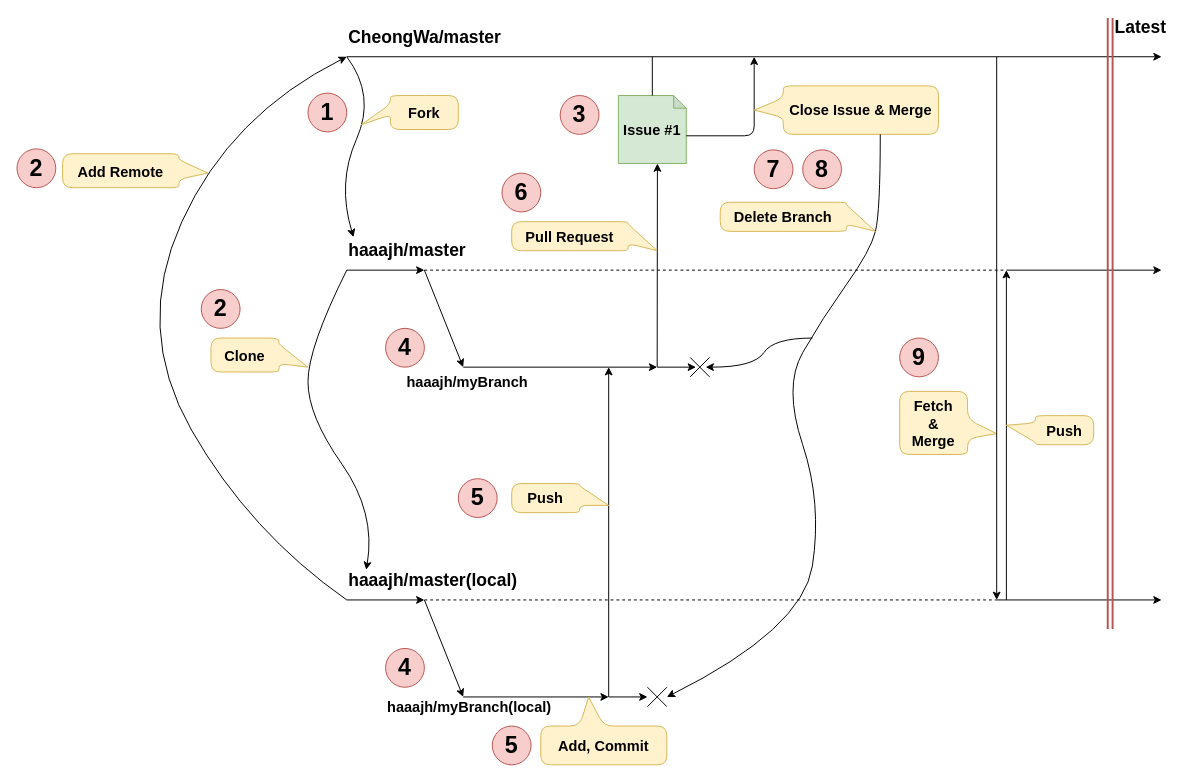
The draw.io diagram Untitled Diagram.drawio in Cheongwa/We-Love-The-Earth, before the edit. Source tidied: cells renumbered, new cells numbered last; positions are measured from the earlier drawing's top-left corner, leaving out a move shared by most shapes. Both pictures are drawn from the tidied source at 97%, with x=0, y=0 at pixel (16, 17).
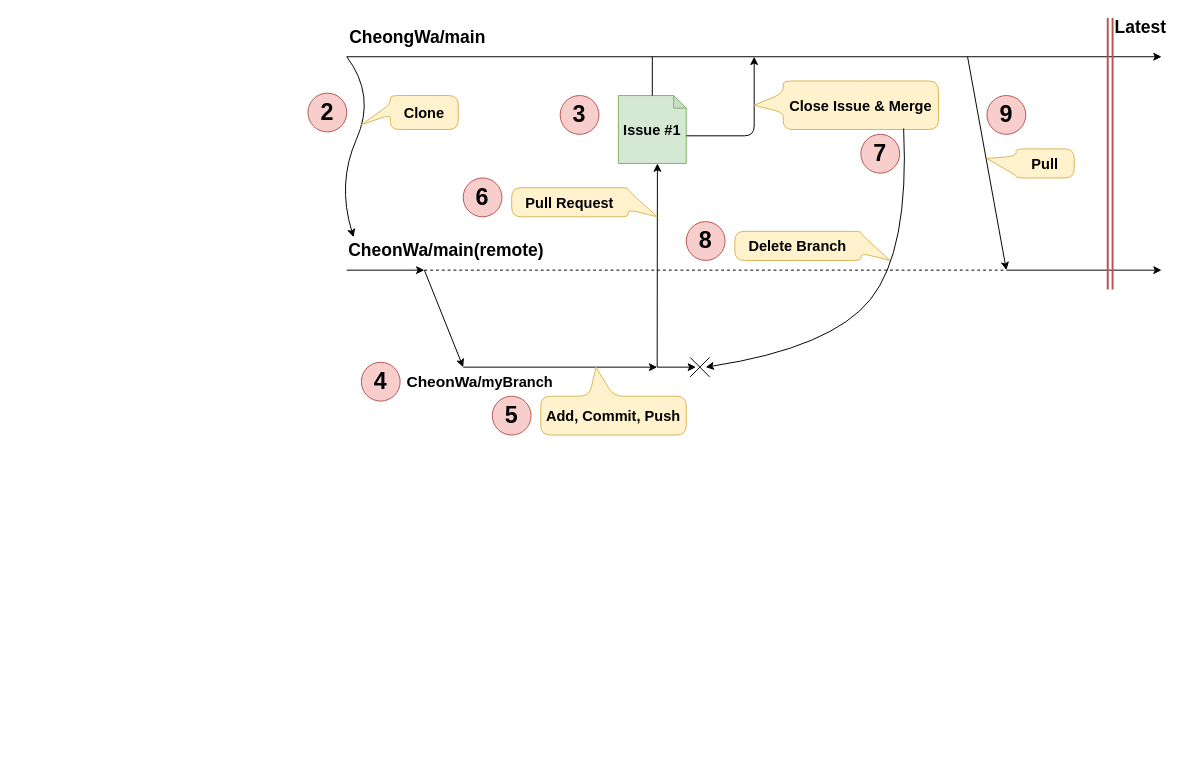
The same diagram, later.

The edit, as a diff of the source:
```diff
@@
-    <mxCell id="3" value="CheongWa/master" style="text;html=1;strokeColor=none;fillColor=none;align=left;verticalAlign=middle;whiteSpace=wrap;rounded=0;fontStyle=1;fontSize=18;" parent="1" vertex="1">
-      <mxGeometry x="340" y="10" width="250" height="20" as="geometry" />
+    <mxCell id="3" value="CheongWa/main" style="text;html=1;strokeColor=none;fillColor=none;align=left;verticalAlign=middle;whiteSpace=wrap;rounded=0;fontStyle=1;fontSize=18;" parent="1" vertex="1">
+      <mxGeometry x="341" y="10" width="250" height="20" as="geometry" />
     </mxCell>
@@
-    <mxCell id="5" value="haaajh/master" style="text;html=1;strokeColor=none;fillColor=none;align=left;verticalAlign=middle;whiteSpace=wrap;rounded=0;fontStyle=1;fontSize=18;" parent="1" vertex="1">
+    <mxCell id="5" value="CheonWa/main(remote)" style="text;html=1;strokeColor=none;fillColor=none;align=left;verticalAlign=middle;whiteSpace=wrap;rounded=0;fontStyle=1;fontSize=18;" parent="1" vertex="1">
       <mxGeometry x="340" y="230" width="130" height="20" as="geometry" />
     </mxCell>
@@
-    <mxCell id="7" value="haaajh/myBranch" style="text;html=1;strokeColor=none;fillColor=none;align=left;verticalAlign=middle;whiteSpace=wrap;rounded=0;fontStyle=1;fontSize=15;" parent="1" vertex="1">
+    <mxCell id="7" value="&lt;font style=&quot;font-size: 16px&quot;&gt;CheonWa&lt;/font&gt;/myBranch" style="text;html=1;strokeColor=none;fillColor=none;align=left;verticalAlign=middle;whiteSpace=wrap;rounded=0;fontStyle=1;fontSize=15;" parent="1" vertex="1">
       <mxGeometry x="400" y="365" width="130" height="20" as="geometry" />
     </mxCell>
@@
-    <mxCell id="12" value="haaajh/master(local)" style="text;html=1;strokeColor=none;fillColor=none;align=left;verticalAlign=middle;whiteSpace=wrap;rounded=0;fontStyle=1;fontSize=18;" parent="1" vertex="1">
-      <mxGeometry x="340" y="570" width="130" height="20" as="geometry" />
-    </mxCell>
-    <mxCell id="13" style="endArrow=classic;html=1;" parent="1" edge="1">
-      <mxGeometry relative="1" as="geometry">
-        <mxPoint x="340" y="600" as="sourcePoint" />
-        <mxPoint x="420" y="600" as="targetPoint" />
-      </mxGeometry>
-    </mxCell>
-    <mxCell id="14" style="endArrow=classic;html=1;" parent="1" edge="1">
-      <mxGeometry relative="1" as="geometry">
-        <mxPoint x="420" y="600" as="sourcePoint" />
-        <mxPoint x="460" y="700" as="targetPoint" />
-      </mxGeometry>
-    </mxCell>
-    <mxCell id="15" value="haaajh/myBranch(local)" style="text;html=1;strokeColor=none;fillColor=none;align=left;verticalAlign=middle;whiteSpace=wrap;rounded=0;fontStyle=1;fontSize=15;" parent="1" vertex="1">
-      <mxGeometry x="380" y="700" width="130" height="20" as="geometry" />
-    </mxCell>
-    <mxCell id="16" style="endArrow=classic;html=1;" parent="1" edge="1">
-      <mxGeometry relative="1" as="geometry">
-        <mxPoint x="460" y="700" as="sourcePoint" />
-        <mxPoint x="610" y="700" as="targetPoint" />
-      </mxGeometry>
-    </mxCell>
-    <mxCell id="17" value="Add, Commit" style="shape=callout;whiteSpace=wrap;html=1;perimeter=calloutPerimeter;fontSize=15;align=center;position2=0.62;size=30;position=0.5;rotation=0;direction=west;rounded=1;fontStyle=1;base=25;strokeWidth=1;perimeterSpacing=0;fillColor=#fff2cc;strokeColor=#d6b656;" parent="1" vertex="1">
-      <mxGeometry x="540" y="700" width="130" height="70" as="geometry" />
+    <mxCell id="17" value="Add, Commit, Push" style="shape=callout;whiteSpace=wrap;html=1;perimeter=calloutPerimeter;fontSize=15;align=center;position2=0.62;size=30;position=0.5;rotation=0;direction=west;rounded=1;fontStyle=1;base=25;strokeWidth=1;perimeterSpacing=0;fillColor=#fff2cc;strokeColor=#d6b656;" parent="1" vertex="1">
+      <mxGeometry x="540" y="360" width="150" height="70" as="geometry" />
     </mxCell>
-    <mxCell id="18" style="endArrow=classic;html=1;" parent="1" edge="1">
-      <mxGeometry relative="1" as="geometry">
-        <mxPoint x="610" y="700" as="sourcePoint" />
-        <mxPoint x="610" y="360" as="targetPoint" />
-      </mxGeometry>
-    </mxCell>
@@
-    <mxCell id="20" value="Fetch&lt;br&gt;&amp;amp;&lt;br&gt;Merge" style="shape=callout;whiteSpace=wrap;html=1;perimeter=calloutPerimeter;fontSize=15;align=center;position2=0.33;size=30;position=0.25;rotation=0;direction=north;base=20;fontStyle=1;rounded=1;fillColor=#fff2cc;strokeColor=#d6b656;" parent="1" vertex="1">
-      <mxGeometry x="910" y="385" width="100" height="65" as="geometry" />
-    </mxCell>
-    <mxCell id="21" style="endArrow=none;html=1;endFill=0;dashed=1;" parent="1" edge="1">
-      <mxGeometry relative="1" as="geometry">
-        <mxPoint x="420" y="600" as="sourcePoint" />
-        <mxPoint x="1010" y="600" as="targetPoint" />
-      </mxGeometry>
-    </mxCell>
@@
-    <mxCell id="23" style="endArrow=classic;html=1;" parent="1" edge="1">
-      <mxGeometry relative="1" as="geometry">
-        <mxPoint x="1010" y="600" as="sourcePoint" />
-        <mxPoint x="1180" y="600" as="targetPoint" />
-      </mxGeometry>
-    </mxCell>
@@
     <mxCell id="25" value="Close Issue &amp;amp; Merge" style="shape=callout;whiteSpace=wrap;html=1;perimeter=calloutPerimeter;fontSize=15;align=center;position2=0.5;size=30;position=0.25;rotation=0;direction=south;base=20;fontStyle=1;rounded=1;fillColor=#fff2cc;strokeColor=#d6b656;" parent="1" vertex="1">
-      <mxGeometry x="760" y="70" width="190" height="50" as="geometry" />
+      <mxGeometry x="760" y="65" width="190" height="50" as="geometry" />
     </mxCell>
@@
-    <mxCell id="27" style="curved=1;endArrow=classic;html=1;entryX=0.154;entryY=-0.05;entryDx=0;entryDy=0;entryPerimeter=0;" parent="1" edge="1" target="12">
-      <mxGeometry relative="1" as="geometry">
-        <mxPoint x="340" y="260" as="sourcePoint" />
-        <Array as="points">
-          <mxPoint x="300" y="340" />
-          <mxPoint x="300" y="410" />
-          <mxPoint x="370" y="510" />
-        </Array>
-      </mxGeometry>
-    </mxCell>
-    <mxCell id="28" style="curved=1;endArrow=classic;html=1;" parent="1" edge="1">
-      <mxGeometry relative="1" as="geometry">
-        <mxPoint x="340" y="600" as="sourcePoint" />
-        <mxPoint x="340" y="40" as="targetPoint" />
-        <Array as="points">
-          <mxPoint x="240" y="530" />
-          <mxPoint x="120" y="320" />
-          <mxPoint x="220" y="100" />
-        </Array>
-      </mxGeometry>
-    </mxCell>
@@
-    <mxCell id="32" style="endArrow=classic;html=1;fontSize=18;fontColor=#007FFF;" parent="1" edge="1">
-      <mxGeometry relative="1" as="geometry">
-        <mxPoint x="610" y="700" as="sourcePoint" />
-        <mxPoint x="650" y="700" as="targetPoint" />
-      </mxGeometry>
-    </mxCell>
-    <mxCell id="33" style="endArrow=none;html=1;fontSize=18;fontColor=#007FFF;" parent="1" edge="1">
-      <mxGeometry relative="1" as="geometry">
-        <mxPoint x="650" y="690" as="sourcePoint" />
-        <mxPoint x="670" y="710" as="targetPoint" />
-      </mxGeometry>
-    </mxCell>
-    <mxCell id="34" style="endArrow=none;html=1;fontSize=18;fontColor=#007FFF;" parent="1" edge="1">
-      <mxGeometry relative="1" as="geometry">
-        <mxPoint x="670" y="690" as="sourcePoint" />
-        <mxPoint x="650" y="710" as="targetPoint" />
-      </mxGeometry>
-    </mxCell>
-    <mxCell id="35" style="curved=1;endArrow=classic;html=1;" parent="1" edge="1">
-      <mxGeometry relative="1" as="geometry">
-        <mxPoint x="890" y="120" as="sourcePoint" />
-        <mxPoint x="670" y="700" as="targetPoint" />
-        <Array as="points">
-          <mxPoint x="890" y="200" />
-          <mxPoint x="880" y="240" />
-          <mxPoint x="830" y="310" />
-          <mxPoint x="790" y="380" />
-          <mxPoint x="830" y="500" />
-          <mxPoint x="810" y="630" />
-        </Array>
-      </mxGeometry>
-    </mxCell>
-    <mxCell id="36" style="curved=1;endArrow=classic;html=1;fontSize=18;fontColor=#007FFF;" parent="1" edge="1">
+    <mxCell id="36" style="curved=1;endArrow=classic;html=1;fontSize=18;fontColor=#007FFF;exitX=0.98;exitY=0.189;exitDx=0;exitDy=0;exitPerimeter=0;" parent="1" edge="1" source="25">
       <mxGeometry relative="1" as="geometry">
-        <mxPoint x="820" y="330" as="sourcePoint" />
         <mxPoint x="710" y="360" as="targetPoint" />
         <Array as="points">
-          <mxPoint x="780" y="330" />
-          <mxPoint x="760" y="360" />
+          <mxPoint x="920" y="240" />
+          <mxPoint x="840" y="340" />
         </Array>
       </mxGeometry>
     </mxCell>
     <mxCell id="37" value="Delete Branch" style="shape=callout;whiteSpace=wrap;html=1;perimeter=calloutPerimeter;fontSize=15;align=center;position2=0;size=30;position=0.25;rotation=0;direction=north;base=20;fontStyle=1;rounded=1;fillColor=#fff2cc;strokeColor=#d6b656;" parent="1" vertex="1">
-      <mxGeometry x="725" y="190" width="160" height="30" as="geometry" />
+      <mxGeometry x="740" y="220" width="160" height="30" as="geometry" />
     </mxCell>
-    <mxCell id="38" value="Push" style="shape=callout;whiteSpace=wrap;html=1;perimeter=calloutPerimeter;fontSize=15;align=center;position2=0.25;size=30;position=0.25;rotation=0;direction=north;base=20;fontStyle=1;rounded=1;fillColor=#fff2cc;strokeColor=#d6b656;" parent="1" vertex="1">
-      <mxGeometry x="510" y="480" width="100" height="30" as="geometry" />
-    </mxCell>
-    <mxCell id="39" value="Add Remote" style="shape=callout;whiteSpace=wrap;html=1;perimeter=calloutPerimeter;fontSize=15;align=center;position2=0.43;size=30;position=0.25;rotation=0;direction=north;base=20;fontStyle=1;rounded=1;fillColor=#fff2cc;strokeColor=#d6b656;" parent="1" vertex="1">
-      <mxGeometry x="47" y="140" width="150" height="35" as="geometry" />
-    </mxCell>
-    <mxCell id="40" value="Clone" style="shape=callout;whiteSpace=wrap;html=1;perimeter=calloutPerimeter;fontSize=15;align=center;position2=0.14;size=30;position=0.25;rotation=0;direction=north;base=20;fontStyle=1;rounded=1;fillColor=#fff2cc;strokeColor=#d6b656;" parent="1" vertex="1">
-      <mxGeometry x="200" y="330" width="100" height="35" as="geometry" />
-    </mxCell>
-    <mxCell id="41" value="Fork" style="shape=callout;whiteSpace=wrap;html=1;perimeter=calloutPerimeter;fontSize=15;align=center;position2=0.86;size=30;position=0.25;rotation=0;direction=south;base=11;fontStyle=1;rounded=1;fillColor=#fff2cc;strokeColor=#d6b656;" parent="1" vertex="1">
+    <mxCell id="41" value="Clone" style="shape=callout;whiteSpace=wrap;html=1;perimeter=calloutPerimeter;fontSize=15;align=center;position2=0.86;size=30;position=0.25;rotation=0;direction=south;base=11;fontStyle=1;rounded=1;fillColor=#fff2cc;strokeColor=#d6b656;" parent="1" vertex="1">
       <mxGeometry x="355" y="80" width="100" height="35" as="geometry" />
     </mxCell>
     <mxCell id="42" value="Pull Request" style="shape=callout;whiteSpace=wrap;html=1;perimeter=calloutPerimeter;fontSize=15;align=center;position2=0;size=30;position=0.25;rotation=0;direction=north;base=20;fontStyle=1;rounded=1;fillColor=#fff2cc;strokeColor=#d6b656;" parent="1" vertex="1">
-      <mxGeometry x="510" y="210" width="150" height="30" as="geometry" />
+      <mxGeometry x="510" y="175" width="150" height="30" as="geometry" />
     </mxCell>
-    <mxCell id="43" value="1" style="ellipse;whiteSpace=wrap;html=1;rounded=1;sketch=0;fontSize=24;strokeWidth=1;fillColor=#f8cecc;strokeColor=#b85450;fontStyle=1;" parent="1" vertex="1">
+    <mxCell id="43" value="2" style="ellipse;whiteSpace=wrap;html=1;rounded=1;sketch=0;fontSize=24;strokeWidth=1;fillColor=#f8cecc;strokeColor=#b85450;fontStyle=1;" parent="1" vertex="1">
       <mxGeometry x="300" y="77.5" width="40" height="40" as="geometry" />
     </mxCell>
-    <mxCell id="44" value="2" style="ellipse;whiteSpace=wrap;html=1;rounded=1;sketch=0;fontSize=24;strokeWidth=1;fillColor=#f8cecc;strokeColor=#b85450;fontStyle=1;" parent="1" vertex="1">
-      <mxGeometry y="135" width="40" height="40" as="geometry" />
-    </mxCell>
-    <mxCell id="45" value="2" style="ellipse;whiteSpace=wrap;html=1;rounded=1;sketch=0;fontSize=24;strokeWidth=1;fillColor=#f8cecc;strokeColor=#b85450;fontStyle=1;" parent="1" vertex="1">
-      <mxGeometry x="190" y="280" width="40" height="40" as="geometry" />
-    </mxCell>
     <mxCell id="46" value="4" style="ellipse;whiteSpace=wrap;html=1;rounded=1;sketch=0;fontSize=24;strokeWidth=1;fillColor=#f8cecc;strokeColor=#b85450;fontStyle=1;" parent="1" vertex="1">
-      <mxGeometry x="380" y="320" width="40" height="40" as="geometry" />
+      <mxGeometry x="355" y="355" width="40" height="40" as="geometry" />
     </mxCell>
-    <mxCell id="47" value="4" style="ellipse;whiteSpace=wrap;html=1;rounded=1;sketch=0;fontSize=24;strokeWidth=1;fillColor=#f8cecc;strokeColor=#b85450;fontStyle=1;" parent="1" vertex="1">
-      <mxGeometry x="380" y="650" width="40" height="40" as="geometry" />
-    </mxCell>
-    <mxCell id="48" value="5" style="ellipse;whiteSpace=wrap;html=1;rounded=1;sketch=0;fontSize=24;strokeWidth=1;fillColor=#f8cecc;strokeColor=#b85450;fontStyle=1;" parent="1" vertex="1">
-      <mxGeometry x="490" y="730" width="40" height="40" as="geometry" />
-    </mxCell>
     <mxCell id="49" value="5" style="ellipse;whiteSpace=wrap;html=1;rounded=1;sketch=0;fontSize=24;strokeWidth=1;fillColor=#f8cecc;strokeColor=#b85450;fontStyle=1;" parent="1" vertex="1">
-      <mxGeometry x="455" y="475" width="40" height="40" as="geometry" />
+      <mxGeometry x="490" y="390" width="40" height="40" as="geometry" />
     </mxCell>
@@
-    <mxCell id="51" value="6" style="ellipse;whiteSpace=wrap;html=1;rounded=1;sketch=0;fontSize=24;strokeWidth=1;fillColor=#f8cecc;strokeColor=#b85450;fontStyle=1;" parent="1" vertex="1">
-      <mxGeometry x="500" y="160" width="40" height="40" as="geometry" />
-    </mxCell>
     <mxCell id="52" value="7" style="ellipse;whiteSpace=wrap;html=1;rounded=1;sketch=0;fontSize=24;strokeWidth=1;fillColor=#f8cecc;strokeColor=#b85450;fontStyle=1;" parent="1" vertex="1">
-      <mxGeometry x="760" y="136" width="40" height="40" as="geometry" />
+      <mxGeometry x="870" y="120" width="40" height="40" as="geometry" />
     </mxCell>
     <mxCell id="53" value="8" style="ellipse;whiteSpace=wrap;html=1;rounded=1;sketch=0;fontSize=24;strokeWidth=1;fillColor=#f8cecc;strokeColor=#b85450;fontStyle=1;" parent="1" vertex="1">
-      <mxGeometry x="810" y="136" width="40" height="40" as="geometry" />
+      <mxGeometry x="690" y="210" width="40" height="40" as="geometry" />
     </mxCell>
     <mxCell id="54" value="9" style="ellipse;whiteSpace=wrap;html=1;rounded=1;sketch=0;fontSize=24;strokeWidth=1;fillColor=#f8cecc;strokeColor=#b85450;fontStyle=1;" parent="1" vertex="1">
-      <mxGeometry x="910" y="330" width="40" height="40" as="geometry" />
+      <mxGeometry x="1000" y="80" width="40" height="40" as="geometry" />
     </mxCell>
-    <mxCell id="55" style="endArrow=classic;html=1;" parent="1" edge="1">
-      <mxGeometry relative="1" as="geometry">
-        <mxPoint x="1010" y="40" as="sourcePoint" />
-        <mxPoint x="1010" y="600" as="targetPoint" />
-      </mxGeometry>
-    </mxCell>
-    <mxCell id="56" style="endArrow=classic;html=1;" parent="1" edge="1">
-      <mxGeometry relative="1" as="geometry">
-        <mxPoint x="1020" y="600" as="sourcePoint" />
-        <mxPoint x="1020" y="260" as="targetPoint" />
-      </mxGeometry>
-    </mxCell>
     <mxCell id="57" style="endArrow=none;html=1;strokeWidth=2;fillColor=#f8cecc;strokeColor=#b85450;shape=link;" parent="1" edge="1">
       <mxGeometry relative="1" as="geometry">
-        <mxPoint x="1127" y="630" as="sourcePoint" />
+        <mxPoint x="1127" y="280" as="sourcePoint" />
         <mxPoint x="1127" as="targetPoint" />
       </mxGeometry>
     </mxCell>
@@
-    <mxCell id="59" value="Push" style="shape=callout;whiteSpace=wrap;html=1;perimeter=calloutPerimeter;fontSize=15;align=center;position2=0.33;size=30;position=0.25;rotation=0;direction=south;base=20;fontStyle=1;rounded=1;fillColor=#fff2cc;strokeColor=#d6b656;" parent="1" vertex="1">
-      <mxGeometry x="1020" y="410" width="90" height="30" as="geometry" />
+    <mxCell id="59" value="Pull" style="shape=callout;whiteSpace=wrap;html=1;perimeter=calloutPerimeter;fontSize=15;align=center;position2=0.33;size=30;position=0.25;rotation=0;direction=south;base=20;fontStyle=1;rounded=1;fillColor=#fff2cc;strokeColor=#d6b656;" parent="1" vertex="1">
+      <mxGeometry x="1000" y="135" width="90" height="30" as="geometry" />
     </mxCell>
+    <mxCell id="51" value="6" style="ellipse;whiteSpace=wrap;html=1;rounded=1;sketch=0;fontSize=24;strokeWidth=1;fillColor=#f8cecc;strokeColor=#b85450;fontStyle=1;" parent="1" vertex="1">
+      <mxGeometry x="460" y="165" width="40" height="40" as="geometry" />
+    </mxCell>
+    <mxCell id="60" style="endArrow=classic;html=1;" parent="1" edge="1">
+      <mxGeometry relative="1" as="geometry">
+        <mxPoint x="980" y="40" as="sourcePoint" />
+        <mxPoint x="1020" y="260" as="targetPoint" />
+      </mxGeometry>
+    </mxCell>
```
